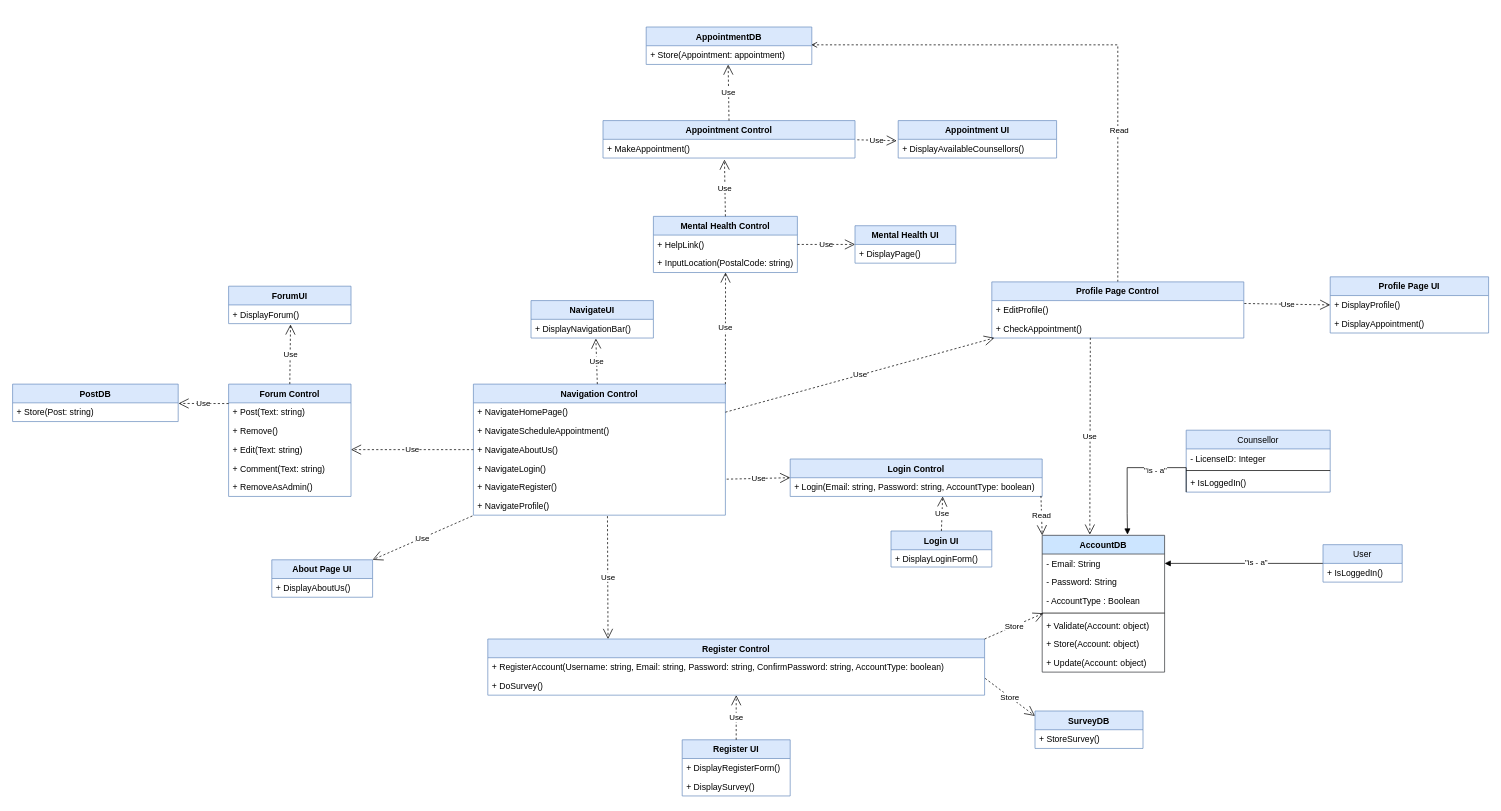
This is page "Complete Class Diagram" (9 of 10) of Untitled Diagram.drawio from EliezerOng/CZ2006-Web-Devz, a draw.io file, before an edit. Source tidied: cells renumbered, new cells numbered last; positions are measured from the earlier drawing's top-left corner, leaving out a move shared by most shapes. Both pictures are drawn from the tidied source at 72%, with x=0, y=0 at pixel (12, 27).
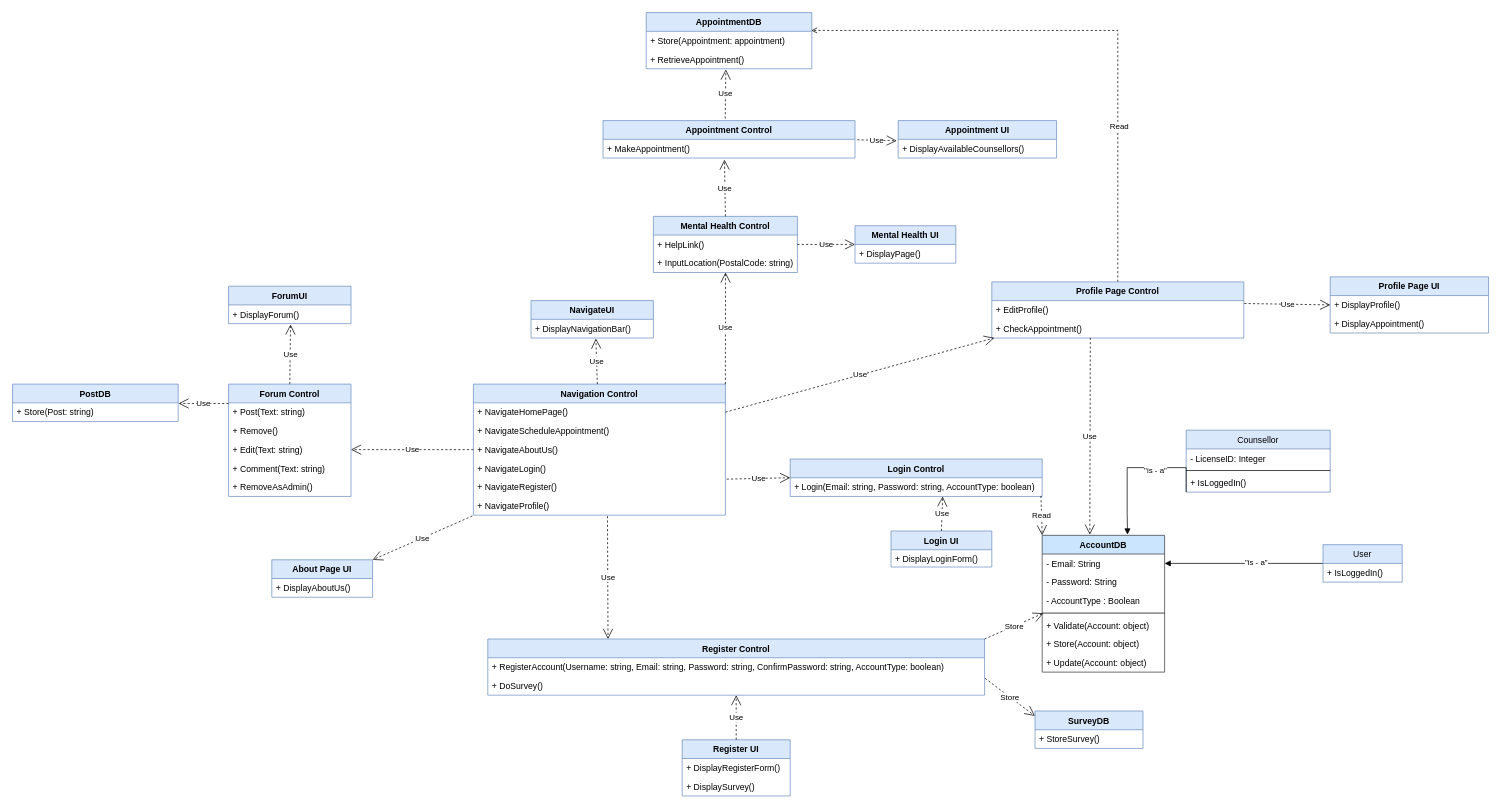
Above is the later version.

The change refers to these unchanged cells:
```xml
<mxCell id="62" value="Appointment Control" style="swimlane;fontStyle=1;horizontal=1;startSize=26;fillColor=#dae8fc;strokeColor=#6c8ebf;" parent="1" vertex="1">
  <mxGeometry x="820" y="130" width="350" height="52" as="geometry" />
</mxCell>
<mxCell id="73" value="+ Store(Appointment: appointment)" style="text;strokeColor=none;fillColor=none;align=left;verticalAlign=top;spacingLeft=4;spacingRight=4;overflow=hidden;points=[[0,0.5],[1,0.5]];portConstraint=eastwest;" parent="72" vertex="1">
  <mxGeometry y="26" width="230" height="26" as="geometry" />
</mxCell>
```

What changed in the source:
```diff
@@
     <mxCell id="71" style="group;" parent="1" vertex="1">
-      <mxGeometry x="880" width="230" height="120" as="geometry" />
+      <mxGeometry x="880" y="-20" width="230" height="120" as="geometry" />
     </mxCell>
     <mxCell id="72" value="AppointmentDB" style="swimlane;fontStyle=1;align=center;verticalAlign=top;horizontal=1;startSize=26;fillColor=#dae8fc;strokeColor=#6c8ebf;" parent="71" vertex="1">
-      <mxGeometry width="230" height="52" as="geometry" />
+      <mxGeometry width="230" height="78" as="geometry" />
     </mxCell>
@@
+    <mxCell id="94" value="+ RetrieveAppointment()" style="text;strokeColor=none;fillColor=none;align=left;verticalAlign=top;spacingLeft=4;spacingRight=4;overflow=hidden;points=[[0,0.5],[1,0.5]];portConstraint=eastwest;" parent="72" vertex="1">
+      <mxGeometry y="52" width="230" height="26" as="geometry" />
+    </mxCell>
-    <mxCell id="74" value="Use" style="endArrow=open;endSize=12;dashed=1;html=1;rounded=0;exitX=0.5;exitY=0;exitDx=0;exitDy=0;entryX=0.495;entryY=1.007;entryDx=0;entryDy=0;entryPerimeter=0;" parent="1" edge="1" source="62" target="73">
+    <mxCell id="74" value="Use" style="endArrow=open;endSize=12;dashed=1;html=1;rounded=0;exitX=0.485;exitY=-0.053;exitDx=0;exitDy=0;entryX=0.481;entryY=1.039;entryDx=0;entryDy=0;entryPerimeter=0;exitPerimeter=0;" parent="1" edge="1" source="62" target="94">
       <mxGeometry relative="1" as="geometry" />
     </mxCell>
```
